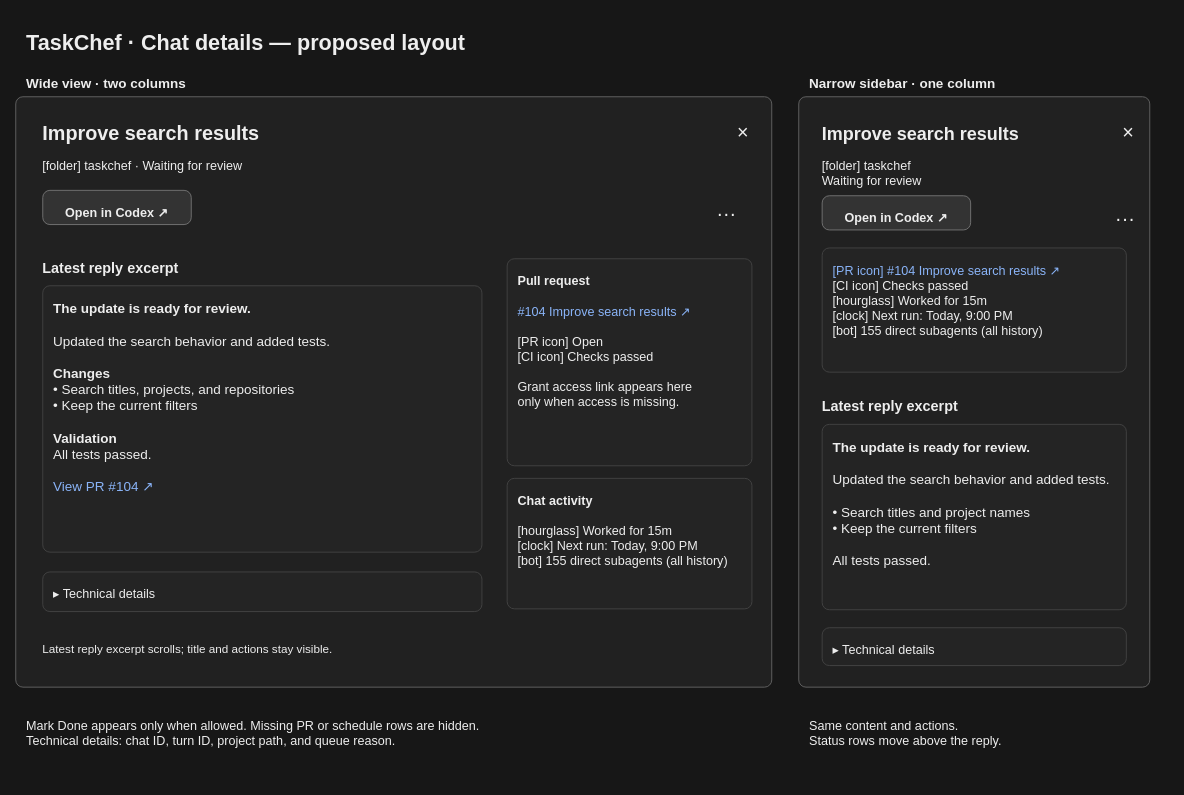
Before: docs/diagrams/taskchef-detail-wireframe.drawio in favoyang/taskchef, a draw.io diagram. Source tidied: cells renumbered, new cells numbered last; positions are measured from the earlier drawing's top-left corner, leaving out a move shared by most shapes. Both pictures are drawn from the tidied source at 90%, with x=0, y=0 at pixel (15, 15).
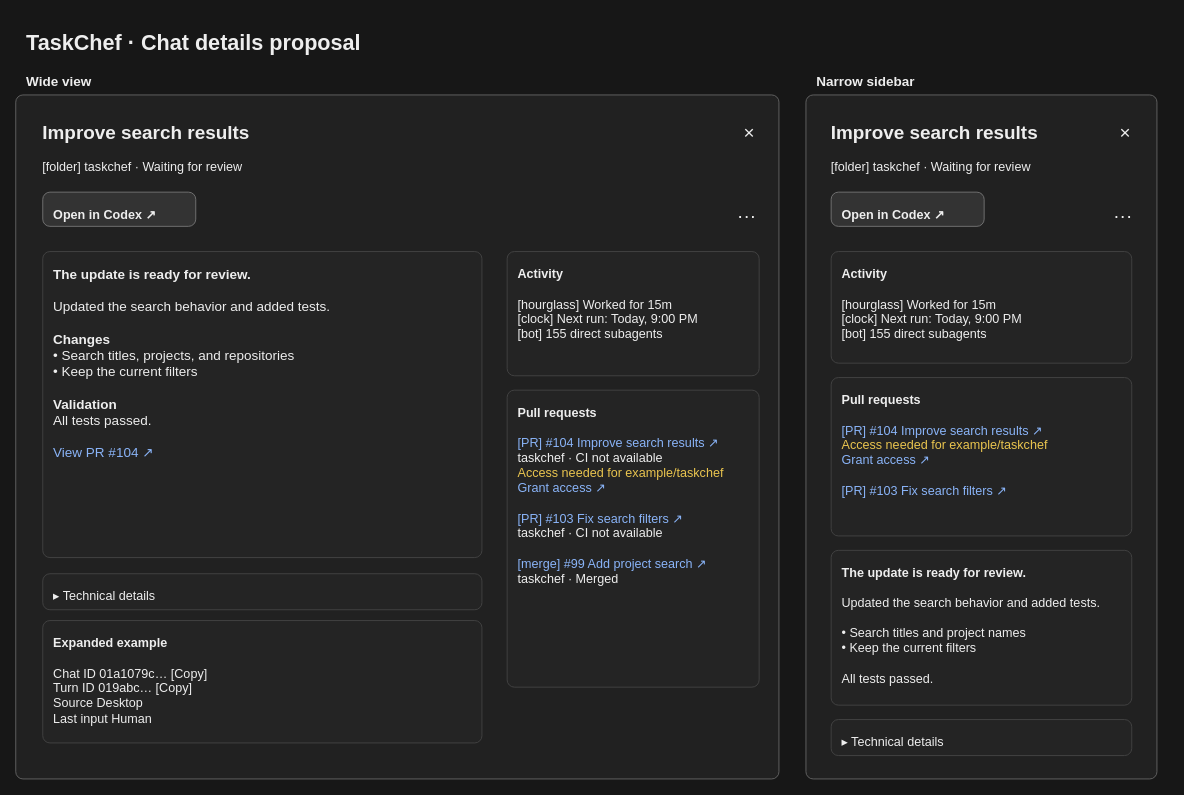
After the change.

Commit message (it also covers changes not shown here):
fix: honor appearance choice in the Codex host

The edit, as a diff of the source:
```diff
@@
-    <mxCell id="2" value="TaskChef · Chat details — proposed layout" style="rounded=1;absoluteArcSize=1;arcSize=16;whiteSpace=wrap;html=1;fillColor=none;strokeColor=none;fontColor=#eeeeee;fontFamily=Helvetica;fontSize=24;fontStyle=1;align=left;verticalAlign=top;spacing=12;" parent="1" vertex="1">
-      <mxGeometry width="1250" height="46" as="geometry" />
+    <mxCell id="2" value="TaskChef · Chat details proposal" style="rounded=1;absoluteArcSize=1;arcSize=16;whiteSpace=wrap;html=1;fillColor=none;strokeColor=none;fontColor=#eeeeee;fontFamily=Helvetica;fontSize=24;fontStyle=1;align=left;verticalAlign=top;spacing=12;" parent="1" vertex="1">
+      <mxGeometry width="1280" height="42" as="geometry" />
     </mxCell>
-    <mxCell id="3" value="Wide view · two columns" style="rounded=1;absoluteArcSize=1;arcSize=16;whiteSpace=wrap;html=1;fillColor=none;strokeColor=none;fontColor=#eeeeee;fontFamily=Helvetica;fontSize=15;fontStyle=1;align=left;verticalAlign=top;spacing=12;" parent="1" vertex="1">
-      <mxGeometry y="50" width="850" height="30" as="geometry" />
+    <mxCell id="3" value="Wide view" style="rounded=1;absoluteArcSize=1;arcSize=16;whiteSpace=wrap;html=1;fillColor=none;strokeColor=none;fontColor=#eeeeee;fontFamily=Helvetica;fontSize=15;fontStyle=1;align=left;verticalAlign=top;spacing=12;" parent="1" vertex="1">
+      <mxGeometry y="48" width="840" height="30" as="geometry" />
     </mxCell>
-    <mxCell id="4" style="rounded=1;absoluteArcSize=1;arcSize=16;whiteSpace=wrap;html=1;fillColor=#212121;strokeColor=#666666;fontColor=#eeeeee;fontFamily=Helvetica;fontSize=14;fontStyle=0;align=left;verticalAlign=top;spacing=12;" parent="1" vertex="1">
-      <mxGeometry y="90" width="840" height="656" as="geometry" />
+    <mxCell id="4" value="Narrow sidebar" style="rounded=1;absoluteArcSize=1;arcSize=16;whiteSpace=wrap;html=1;fillColor=none;strokeColor=none;fontColor=#eeeeee;fontFamily=Helvetica;fontSize=15;fontStyle=1;align=left;verticalAlign=top;spacing=12;" parent="1" vertex="1">
+      <mxGeometry x="878" y="48" width="390" height="30" as="geometry" />
     </mxCell>
-    <mxCell id="5" value="Improve search results" style="rounded=1;absoluteArcSize=1;arcSize=16;whiteSpace=wrap;html=1;fillColor=none;strokeColor=none;fontColor=#eeeeee;fontFamily=Helvetica;fontSize=22;fontStyle=1;align=left;verticalAlign=top;spacing=12;" parent="1" vertex="1">
-      <mxGeometry x="18" y="102" width="640" height="36" as="geometry" />
+    <mxCell id="5" style="rounded=1;absoluteArcSize=1;arcSize=16;whiteSpace=wrap;html=1;fillColor=#212121;strokeColor=#666666;fontColor=#eeeeee;fontFamily=Helvetica;fontSize=14;fontStyle=0;align=left;verticalAlign=top;spacing=12;" parent="1" vertex="1">
+      <mxGeometry y="88" width="848" height="760" as="geometry" />
     </mxCell>
-    <mxCell id="6" value="×" style="rounded=1;absoluteArcSize=1;arcSize=16;whiteSpace=wrap;html=1;fillColor=none;strokeColor=none;fontColor=#eeeeee;fontFamily=Helvetica;fontSize=22;fontStyle=0;align=left;verticalAlign=top;spacing=12;" parent="1" vertex="1">
-      <mxGeometry x="790" y="100" width="30" height="32" as="geometry" />
+    <mxCell id="6" style="rounded=1;absoluteArcSize=1;arcSize=16;whiteSpace=wrap;html=1;fillColor=#212121;strokeColor=#666666;fontColor=#eeeeee;fontFamily=Helvetica;fontSize=14;fontStyle=0;align=left;verticalAlign=top;spacing=12;" parent="1" vertex="1">
+      <mxGeometry x="878" y="88" width="390" height="760" as="geometry" />
     </mxCell>
-    <mxCell id="7" value="[folder] taskchef     ·     Waiting for review" style="rounded=1;absoluteArcSize=1;arcSize=16;whiteSpace=wrap;html=1;fillColor=none;strokeColor=none;fontColor=#eeeeee;fontFamily=Helvetica;fontSize=14;fontStyle=0;align=left;verticalAlign=top;spacing=12;" parent="1" vertex="1">
-      <mxGeometry x="18" y="142" width="660" height="30" as="geometry" />
+    <mxCell id="7" value="Improve search results" style="rounded=1;absoluteArcSize=1;arcSize=16;whiteSpace=wrap;html=1;fillColor=none;strokeColor=none;fontColor=#eeeeee;fontFamily=Helvetica;fontSize=21;fontStyle=1;align=left;verticalAlign=top;spacing=12;" parent="1" vertex="1">
+      <mxGeometry x="18" y="100" width="766" height="40" as="geometry" />
     </mxCell>
-    <mxCell id="8" value="Open in Codex ↗" style="rounded=1;absoluteArcSize=1;arcSize=16;whiteSpace=wrap;html=1;fillColor=#333333;strokeColor=#777777;fontColor=#eeeeee;fontFamily=Helvetica;fontSize=14;fontStyle=1;align=center;verticalAlign=top;spacing=12;" parent="1" vertex="1">
-      <mxGeometry x="30" y="194" width="165" height="38" as="geometry" />
+    <mxCell id="8" value="×" style="rounded=1;absoluteArcSize=1;arcSize=16;whiteSpace=wrap;html=1;fillColor=none;strokeColor=none;fontColor=#eeeeee;fontFamily=Helvetica;fontSize=21;fontStyle=0;align=left;verticalAlign=top;spacing=12;" parent="1" vertex="1">
+      <mxGeometry x="797" y="100" width="28" height="30" as="geometry" />
     </mxCell>
-    <mxCell id="9" value="···" style="rounded=1;absoluteArcSize=1;arcSize=16;whiteSpace=wrap;html=1;fillColor=none;strokeColor=none;fontColor=#eeeeee;fontFamily=Helvetica;fontSize=22;fontStyle=0;align=left;verticalAlign=top;spacing=12;" parent="1" vertex="1">
-      <mxGeometry x="767" y="190" width="50" height="40" as="geometry" />
+    <mxCell id="9" value="[folder] taskchef · Waiting for review" style="rounded=1;absoluteArcSize=1;arcSize=16;whiteSpace=wrap;html=1;fillColor=none;strokeColor=none;fontColor=#eeeeee;fontFamily=Helvetica;fontSize=14;fontStyle=0;align=left;verticalAlign=top;spacing=12;" parent="1" vertex="1">
+      <mxGeometry x="18" y="143" width="804" height="40" as="geometry" />
     </mxCell>
-    <mxCell id="10" value="Latest reply excerpt" style="rounded=1;absoluteArcSize=1;arcSize=16;whiteSpace=wrap;html=1;fillColor=none;strokeColor=none;fontColor=#eeeeee;fontFamily=Helvetica;fontSize=16;fontStyle=1;align=left;verticalAlign=top;spacing=12;" parent="1" vertex="1">
-      <mxGeometry x="18" y="254" width="495" height="32" as="geometry" />
+    <mxCell id="10" value="Open in Codex ↗" style="rounded=1;absoluteArcSize=1;arcSize=16;whiteSpace=wrap;html=1;fillColor=#333333;strokeColor=#777777;fontColor=#eeeeee;fontFamily=Helvetica;fontSize=14;fontStyle=1;align=left;verticalAlign=top;spacing=12;" parent="1" vertex="1">
+      <mxGeometry x="30" y="196" width="170" height="38" as="geometry" />
     </mxCell>
-    <mxCell id="11" value="&lt;b&gt;The update is ready for review.&lt;/b&gt;&lt;br&gt;&lt;br&gt;Updated the search behavior and added tests.&lt;br&gt;&lt;br&gt;&lt;b&gt;Changes&lt;/b&gt;&lt;br&gt;• Search titles, projects, and repositories&lt;br&gt;• Keep the current filters&lt;br&gt;&lt;br&gt;&lt;b&gt;Validation&lt;/b&gt;&lt;br&gt;All tests passed.&lt;br&gt;&lt;br&gt;&lt;font color=&quot;#8ab4f8&quot;&gt;View PR #104 ↗&lt;/font&gt;" style="rounded=1;absoluteArcSize=1;arcSize=16;whiteSpace=wrap;html=1;fillColor=#242424;strokeColor=#454545;fontColor=#eeeeee;fontFamily=Helvetica;fontSize=15;fontStyle=0;align=left;verticalAlign=top;spacing=12;" parent="1" vertex="1">
-      <mxGeometry x="30" y="300" width="488" height="296" as="geometry" />
+    <mxCell id="11" value="···" style="rounded=1;absoluteArcSize=1;arcSize=16;whiteSpace=wrap;html=1;fillColor=none;strokeColor=none;fontColor=#eeeeee;fontFamily=Helvetica;fontSize=21;fontStyle=0;align=left;verticalAlign=top;spacing=12;" parent="1" vertex="1">
+      <mxGeometry x="790" y="193" width="38" height="40" as="geometry" />
     </mxCell>
-    <mxCell id="12" value="&lt;b&gt;Pull request&lt;/b&gt;&lt;br&gt;&lt;br&gt;&lt;font color=&quot;#8ab4f8&quot;&gt;#104 Improve search results ↗&lt;/font&gt;&lt;br&gt;&lt;br&gt;[PR icon] Open&lt;br&gt;[CI icon] Checks passed&lt;br&gt;&lt;br&gt;Grant access link appears here&lt;br&gt;only when access is missing." style="rounded=1;absoluteArcSize=1;arcSize=16;whiteSpace=wrap;html=1;fillColor=#242424;strokeColor=#454545;fontColor=#eeeeee;fontFamily=Helvetica;fontSize=14;fontStyle=0;align=left;verticalAlign=top;spacing=12;" parent="1" vertex="1">
-      <mxGeometry x="546" y="270" width="272" height="230" as="geometry" />
+    <mxCell id="12" value="Improve search results" style="rounded=1;absoluteArcSize=1;arcSize=16;whiteSpace=wrap;html=1;fillColor=none;strokeColor=none;fontColor=#eeeeee;fontFamily=Helvetica;fontSize=21;fontStyle=1;align=left;verticalAlign=top;spacing=12;" parent="1" vertex="1">
+      <mxGeometry x="894" y="100" width="308" height="40" as="geometry" />
     </mxCell>
-    <mxCell id="13" value="&lt;b&gt;Chat activity&lt;/b&gt;&lt;br&gt;&lt;br&gt;[hourglass] Worked for 15m&lt;br&gt;[clock] Next run: Today, 9:00 PM&lt;br&gt;[bot] 155 direct subagents (all history)" style="rounded=1;absoluteArcSize=1;arcSize=16;whiteSpace=wrap;html=1;fillColor=#242424;strokeColor=#454545;fontColor=#eeeeee;fontFamily=Helvetica;fontSize=14;fontStyle=0;align=left;verticalAlign=top;spacing=12;" parent="1" vertex="1">
-      <mxGeometry x="546" y="514" width="272" height="145" as="geometry" />
+    <mxCell id="13" value="×" style="rounded=1;absoluteArcSize=1;arcSize=16;whiteSpace=wrap;html=1;fillColor=none;strokeColor=none;fontColor=#eeeeee;fontFamily=Helvetica;fontSize=21;fontStyle=0;align=left;verticalAlign=top;spacing=12;" parent="1" vertex="1">
+      <mxGeometry x="1215" y="100" width="28" height="30" as="geometry" />
     </mxCell>
-    <mxCell id="14" value="▸ Technical details" style="rounded=1;absoluteArcSize=1;arcSize=16;whiteSpace=wrap;html=1;fillColor=#242424;strokeColor=#454545;fontColor=#eeeeee;fontFamily=Helvetica;fontSize=14;fontStyle=0;align=left;verticalAlign=top;spacing=12;" parent="1" vertex="1">
-      <mxGeometry x="30" y="618" width="488" height="44" as="geometry" />
+    <mxCell id="14" value="[folder] taskchef · Waiting for review" style="rounded=1;absoluteArcSize=1;arcSize=16;whiteSpace=wrap;html=1;fillColor=none;strokeColor=none;fontColor=#eeeeee;fontFamily=Helvetica;fontSize=14;fontStyle=0;align=left;verticalAlign=top;spacing=12;" parent="1" vertex="1">
+      <mxGeometry x="894" y="143" width="346" height="40" as="geometry" />
     </mxCell>
-    <mxCell id="15" value="Latest reply excerpt scrolls; title and actions stay visible." style="rounded=1;absoluteArcSize=1;arcSize=16;whiteSpace=wrap;html=1;fillColor=none;strokeColor=none;fontColor=#eeeeee;fontFamily=Helvetica;fontSize=13;fontStyle=0;align=left;verticalAlign=top;spacing=12;" parent="1" vertex="1">
-      <mxGeometry x="18" y="680" width="500" height="40" as="geometry" />
+    <mxCell id="15" value="Open in Codex ↗" style="rounded=1;absoluteArcSize=1;arcSize=16;whiteSpace=wrap;html=1;fillColor=#333333;strokeColor=#777777;fontColor=#eeeeee;fontFamily=Helvetica;fontSize=14;fontStyle=1;align=left;verticalAlign=top;spacing=12;" parent="1" vertex="1">
+      <mxGeometry x="906" y="196" width="170" height="38" as="geometry" />
     </mxCell>
-    <mxCell id="16" value="Mark Done appears only when allowed. Missing PR or schedule rows are hidden.&lt;br&gt;Technical details: chat ID, turn ID, project path, and queue reason." style="rounded=1;absoluteArcSize=1;arcSize=16;whiteSpace=wrap;html=1;fillColor=none;strokeColor=none;fontColor=#eeeeee;fontFamily=Helvetica;fontSize=14;fontStyle=0;align=left;verticalAlign=top;spacing=12;" parent="1" vertex="1">
-      <mxGeometry y="764" width="840" height="78" as="geometry" />
+    <mxCell id="16" value="···" style="rounded=1;absoluteArcSize=1;arcSize=16;whiteSpace=wrap;html=1;fillColor=none;strokeColor=none;fontColor=#eeeeee;fontFamily=Helvetica;fontSize=21;fontStyle=0;align=left;verticalAlign=top;spacing=12;" parent="1" vertex="1">
+      <mxGeometry x="1208" y="193" width="38" height="40" as="geometry" />
     </mxCell>
-    <mxCell id="17" value="Narrow sidebar · one column" style="rounded=1;absoluteArcSize=1;arcSize=16;whiteSpace=wrap;html=1;fillColor=none;strokeColor=none;fontColor=#eeeeee;fontFamily=Helvetica;fontSize=15;fontStyle=1;align=left;verticalAlign=top;spacing=12;" parent="1" vertex="1">
-      <mxGeometry x="870" y="50" width="390" height="30" as="geometry" />
+    <mxCell id="17" value="&lt;b&gt;The update is ready for review.&lt;/b&gt;&lt;br&gt;&lt;br&gt;Updated the search behavior and added tests.&lt;br&gt;&lt;br&gt;&lt;b&gt;Changes&lt;/b&gt;&lt;br&gt;• Search titles, projects, and repositories&lt;br&gt;• Keep the current filters&lt;br&gt;&lt;br&gt;&lt;b&gt;Validation&lt;/b&gt;&lt;br&gt;All tests passed.&lt;br&gt;&lt;br&gt;&lt;font color=&quot;#8ab4f8&quot;&gt;View PR #104 ↗&lt;/font&gt;" style="rounded=1;absoluteArcSize=1;arcSize=16;whiteSpace=wrap;html=1;fillColor=#242424;strokeColor=#454545;fontColor=#eeeeee;fontFamily=Helvetica;fontSize=15;fontStyle=0;align=left;verticalAlign=top;spacing=12;" parent="1" vertex="1">
+      <mxGeometry x="30" y="262" width="488" height="340" as="geometry" />
     </mxCell>
-    <mxCell id="18" style="rounded=1;absoluteArcSize=1;arcSize=16;whiteSpace=wrap;html=1;fillColor=#212121;strokeColor=#666666;fontColor=#eeeeee;fontFamily=Helvetica;fontSize=14;fontStyle=0;align=left;verticalAlign=top;spacing=12;" parent="1" vertex="1">
-      <mxGeometry x="870" y="90" width="390" height="656" as="geometry" />
+    <mxCell id="18" value="&lt;b&gt;Activity&lt;/b&gt;&lt;br&gt;&lt;br&gt;[hourglass] Worked for 15m&lt;br&gt;[clock] Next run: Today, 9:00 PM&lt;br&gt;[bot] 155 direct subagents" style="rounded=1;absoluteArcSize=1;arcSize=16;whiteSpace=wrap;html=1;fillColor=#242424;strokeColor=#454545;fontColor=#eeeeee;fontFamily=Helvetica;fontSize=14;fontStyle=0;align=left;verticalAlign=top;spacing=12;" parent="1" vertex="1">
+      <mxGeometry x="546" y="262" width="280" height="138" as="geometry" />
     </mxCell>
-    <mxCell id="19" value="Improve search results" style="rounded=1;absoluteArcSize=1;arcSize=16;whiteSpace=wrap;html=1;fillColor=none;strokeColor=none;fontColor=#eeeeee;fontFamily=Helvetica;fontSize=20;fontStyle=1;align=left;verticalAlign=top;spacing=12;" parent="1" vertex="1">
-      <mxGeometry x="884" y="102" width="320" height="34" as="geometry" />
+    <mxCell id="19" value="&lt;b&gt;Pull requests&lt;/b&gt;&lt;br&gt;&lt;br&gt;&lt;font color=&quot;#8ab4f8&quot;&gt;[PR] #104 Improve search results ↗&lt;/font&gt;&lt;br&gt;taskchef · CI not available&lt;br&gt;&lt;font color=&quot;#eac54f&quot;&gt;Access needed for example/taskchef&lt;br&gt;&lt;font color=&quot;#8ab4f8&quot;&gt;Grant access ↗&lt;/font&gt;&lt;/font&gt;&lt;br&gt;&lt;br&gt;&lt;font color=&quot;#8ab4f8&quot;&gt;[PR] #103 Fix search filters ↗&lt;/font&gt;&lt;br&gt;taskchef · CI not available&lt;br&gt;&lt;br&gt;&lt;font color=&quot;#8ab4f8&quot;&gt;[merge] #99 Add project search ↗&lt;/font&gt;&lt;br&gt;taskchef · Merged" style="rounded=1;absoluteArcSize=1;arcSize=16;whiteSpace=wrap;html=1;fillColor=#242424;strokeColor=#454545;fontColor=#eeeeee;fontFamily=Helvetica;fontSize=14;fontStyle=0;align=left;verticalAlign=top;spacing=12;" parent="1" vertex="1">
+      <mxGeometry x="546" y="416" width="280" height="330" as="geometry" />
     </mxCell>
-    <mxCell id="20" value="×" style="rounded=1;absoluteArcSize=1;arcSize=16;whiteSpace=wrap;html=1;fillColor=none;strokeColor=none;fontColor=#eeeeee;fontFamily=Helvetica;fontSize=22;fontStyle=0;align=left;verticalAlign=top;spacing=12;" parent="1" vertex="1">
-      <mxGeometry x="1218" y="100" width="30" height="32" as="geometry" />
+    <mxCell id="20" value="▸ Technical details" style="rounded=1;absoluteArcSize=1;arcSize=16;whiteSpace=wrap;html=1;fillColor=#242424;strokeColor=#454545;fontColor=#eeeeee;fontFamily=Helvetica;fontSize=14;fontStyle=0;align=left;verticalAlign=top;spacing=12;" parent="1" vertex="1">
+      <mxGeometry x="30" y="620" width="488" height="40" as="geometry" />
     </mxCell>
-    <mxCell id="21" value="[folder] taskchef&lt;br&gt;Waiting for review" style="rounded=1;absoluteArcSize=1;arcSize=16;whiteSpace=wrap;html=1;fillColor=none;strokeColor=none;fontColor=#eeeeee;fontFamily=Helvetica;fontSize=14;fontStyle=0;align=left;verticalAlign=top;spacing=12;" parent="1" vertex="1">
-      <mxGeometry x="884" y="142" width="340" height="44" as="geometry" />
+    <mxCell id="21" value="&lt;b&gt;Expanded example&lt;/b&gt;&lt;br&gt;&lt;br&gt;Chat ID     01a1079c… [Copy]&lt;br&gt;Turn ID     019abc… [Copy]&lt;br&gt;Source      Desktop&lt;br&gt;Last input  Human" style="rounded=1;absoluteArcSize=1;arcSize=16;whiteSpace=wrap;html=1;fillColor=#242424;strokeColor=#454545;fontColor=#eeeeee;fontFamily=Helvetica;fontSize=14;fontStyle=0;align=left;verticalAlign=top;spacing=12;" parent="1" vertex="1">
+      <mxGeometry x="30" y="672" width="488" height="136" as="geometry" />
     </mxCell>
-    <mxCell id="22" value="Open in Codex ↗" style="rounded=1;absoluteArcSize=1;arcSize=16;whiteSpace=wrap;html=1;fillColor=#333333;strokeColor=#777777;fontColor=#eeeeee;fontFamily=Helvetica;fontSize=14;fontStyle=1;align=center;verticalAlign=top;spacing=12;" parent="1" vertex="1">
-      <mxGeometry x="896" y="200" width="165" height="38" as="geometry" />
+    <mxCell id="22" value="&lt;b&gt;Activity&lt;/b&gt;&lt;br&gt;&lt;br&gt;[hourglass] Worked for 15m&lt;br&gt;[clock] Next run: Today, 9:00 PM&lt;br&gt;[bot] 155 direct subagents" style="rounded=1;absoluteArcSize=1;arcSize=16;whiteSpace=wrap;html=1;fillColor=#242424;strokeColor=#454545;fontColor=#eeeeee;fontFamily=Helvetica;fontSize=14;fontStyle=0;align=left;verticalAlign=top;spacing=12;" parent="1" vertex="1">
+      <mxGeometry x="906" y="262" width="334" height="124" as="geometry" />
     </mxCell>
-    <mxCell id="23" value="···" style="rounded=1;absoluteArcSize=1;arcSize=16;whiteSpace=wrap;html=1;fillColor=none;strokeColor=none;fontColor=#eeeeee;fontFamily=Helvetica;fontSize=22;fontStyle=0;align=left;verticalAlign=top;spacing=12;" parent="1" vertex="1">
-      <mxGeometry x="1210" y="196" width="30" height="40" as="geometry" />
+    <mxCell id="23" value="&lt;b&gt;Pull requests&lt;/b&gt;&lt;br&gt;&lt;br&gt;&lt;font color=&quot;#8ab4f8&quot;&gt;[PR] #104 Improve search results ↗&lt;/font&gt;&lt;br&gt;&lt;font color=&quot;#eac54f&quot;&gt;Access needed for example/taskchef&lt;/font&gt;&lt;br&gt;&lt;font color=&quot;#8ab4f8&quot;&gt;Grant access ↗&lt;/font&gt;&lt;br&gt;&lt;br&gt;&lt;font color=&quot;#8ab4f8&quot;&gt;[PR] #103 Fix search filters ↗&lt;/font&gt;" style="rounded=1;absoluteArcSize=1;arcSize=16;whiteSpace=wrap;html=1;fillColor=#242424;strokeColor=#454545;fontColor=#eeeeee;fontFamily=Helvetica;fontSize=14;fontStyle=0;align=left;verticalAlign=top;spacing=12;" parent="1" vertex="1">
+      <mxGeometry x="906" y="402" width="334" height="176" as="geometry" />
     </mxCell>
-    <mxCell id="24" value="&lt;font color=&quot;#8ab4f8&quot;&gt;[PR icon] #104 Improve search results ↗&lt;/font&gt;&lt;br&gt;[CI icon] Checks passed&lt;br&gt;[hourglass] Worked for 15m&lt;br&gt;[clock] Next run: Today, 9:00 PM&lt;br&gt;[bot] 155 direct subagents (all history)" style="rounded=1;absoluteArcSize=1;arcSize=16;whiteSpace=wrap;html=1;fillColor=#242424;strokeColor=#454545;fontColor=#eeeeee;fontFamily=Helvetica;fontSize=14;fontStyle=0;align=left;verticalAlign=top;spacing=12;" parent="1" vertex="1">
-      <mxGeometry x="896" y="258" width="338" height="138" as="geometry" />
+    <mxCell id="24" value="&lt;b&gt;The update is ready for review.&lt;/b&gt;&lt;br&gt;&lt;br&gt;Updated the search behavior and added tests.&lt;br&gt;&lt;br&gt;• Search titles and project names&lt;br&gt;• Keep the current filters&lt;br&gt;&lt;br&gt;All tests passed." style="rounded=1;absoluteArcSize=1;arcSize=16;whiteSpace=wrap;html=1;fillColor=#242424;strokeColor=#454545;fontColor=#eeeeee;fontFamily=Helvetica;fontSize=14;fontStyle=0;align=left;verticalAlign=top;spacing=12;" parent="1" vertex="1">
+      <mxGeometry x="906" y="594" width="334" height="172" as="geometry" />
     </mxCell>
-    <mxCell id="25" value="Latest reply excerpt" style="rounded=1;absoluteArcSize=1;arcSize=16;whiteSpace=wrap;html=1;fillColor=none;strokeColor=none;fontColor=#eeeeee;fontFamily=Helvetica;fontSize=16;fontStyle=1;align=left;verticalAlign=top;spacing=12;" parent="1" vertex="1">
-      <mxGeometry x="884" y="408" width="330" height="32" as="geometry" />
+    <mxCell id="25" value="▸ Technical details" style="rounded=1;absoluteArcSize=1;arcSize=16;whiteSpace=wrap;html=1;fillColor=#242424;strokeColor=#454545;fontColor=#eeeeee;fontFamily=Helvetica;fontSize=14;fontStyle=0;align=left;verticalAlign=top;spacing=12;" parent="1" vertex="1">
+      <mxGeometry x="906" y="782" width="334" height="40" as="geometry" />
     </mxCell>
-    <mxCell id="26" value="&lt;b&gt;The update is ready for review.&lt;/b&gt;&lt;br&gt;&lt;br&gt;Updated the search behavior and added tests.&lt;br&gt;&lt;br&gt;• Search titles and project names&lt;br&gt;• Keep the current filters&lt;br&gt;&lt;br&gt;All tests passed." style="rounded=1;absoluteArcSize=1;arcSize=16;whiteSpace=wrap;html=1;fillColor=#242424;strokeColor=#454545;fontColor=#eeeeee;fontFamily=Helvetica;fontSize=15;fontStyle=0;align=left;verticalAlign=top;spacing=12;" parent="1" vertex="1">
-      <mxGeometry x="896" y="454" width="338" height="206" as="geometry" />
-    </mxCell>
-    <mxCell id="27" value="▸ Technical details" style="rounded=1;absoluteArcSize=1;arcSize=16;whiteSpace=wrap;html=1;fillColor=#242424;strokeColor=#454545;fontColor=#eeeeee;fontFamily=Helvetica;fontSize=14;fontStyle=0;align=left;verticalAlign=top;spacing=12;" parent="1" vertex="1">
-      <mxGeometry x="896" y="680" width="338" height="42" as="geometry" />
-    </mxCell>
-    <mxCell id="28" value="Same content and actions.&lt;br&gt;Status rows move above the reply." style="rounded=1;absoluteArcSize=1;arcSize=16;whiteSpace=wrap;html=1;fillColor=none;strokeColor=none;fontColor=#eeeeee;fontFamily=Helvetica;fontSize=14;fontStyle=0;align=left;verticalAlign=top;spacing=12;" parent="1" vertex="1">
-      <mxGeometry x="870" y="764" width="390" height="80" as="geometry" />
-    </mxCell>
```
